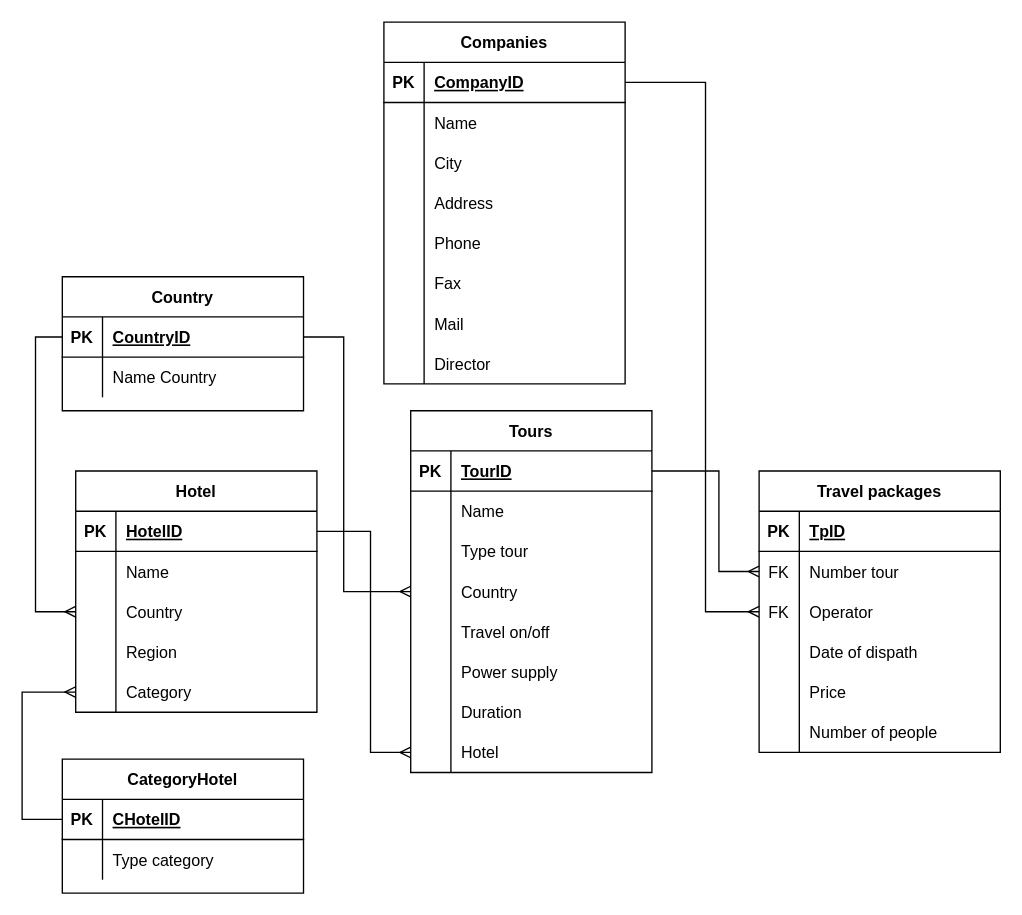
Above: page "Страница 1" (1 of 2) of er1.drawio in kpirap18/BMSTU-DB-sem5 (draw.io), before the change. Source tidied: cells renumbered, new cells numbered last; positions are measured from the earlier drawing's top-left corner, leaving out a move shared by most shapes. Both pictures are drawn from the tidied source at 134%, with x=0, y=0 at pixel (21, 21).
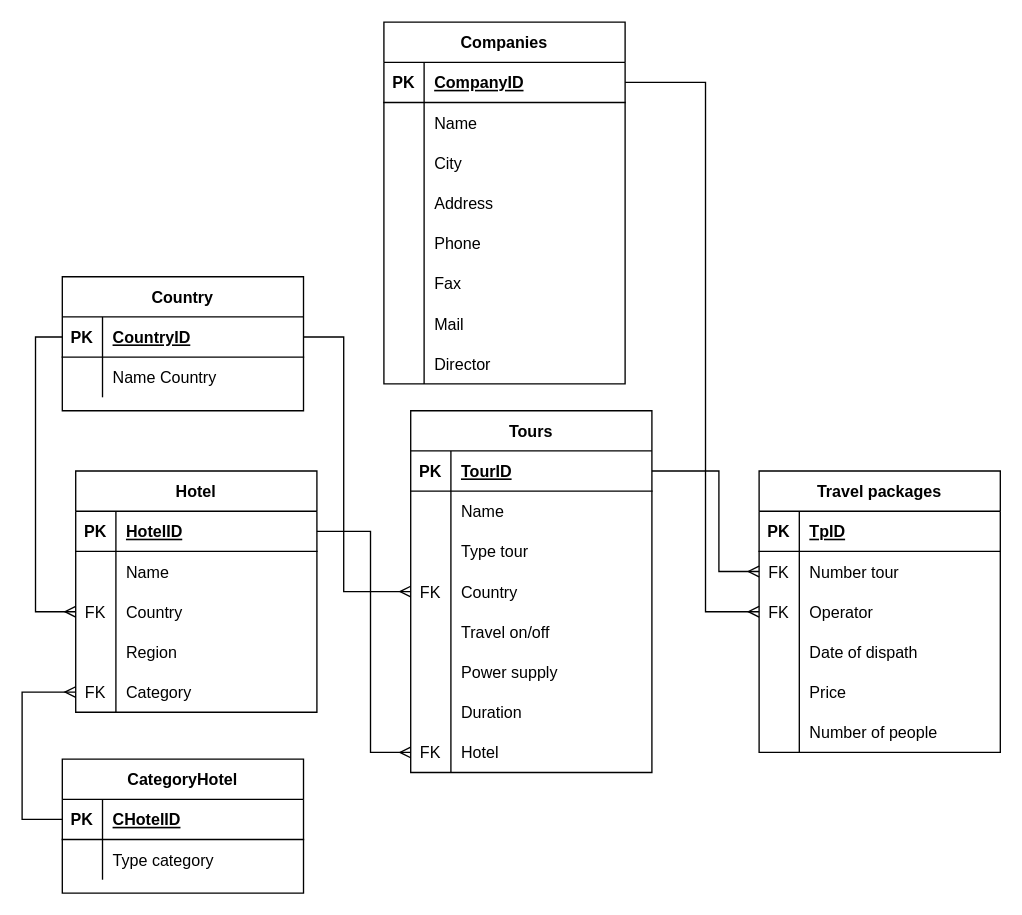
The same page after the edit.

Unchanged cells that the change refers to:
```xml
<mxCell id="12" style="shape=partialRectangle;fillColor=none;top=0;left=0;bottom=0;right=0;points=[[0,0.5],[1,0.5]];portConstraint=eastwest;" parent="2" vertex="1">
  <mxGeometry y="120" width="180" height="30" as="geometry" />
</mxCell>
<mxCell id="24" style="shape=partialRectangle;fillColor=none;top=0;left=0;bottom=0;right=0;points=[[0,0.5],[1,0.5]];portConstraint=eastwest;" parent="2" vertex="1">
  <mxGeometry y="240" width="180" height="30" as="geometry" />
</mxCell>
<mxCell id="34" style="shape=partialRectangle;fillColor=none;top=0;left=0;bottom=0;right=0;points=[[0,0.5],[1,0.5]];portConstraint=eastwest;" parent="27" vertex="1">
  <mxGeometry y="90" width="180" height="30" as="geometry" />
</mxCell>
<mxCell id="40" style="shape=partialRectangle;fillColor=none;top=0;left=0;bottom=0;right=0;points=[[0,0.5],[1,0.5]];portConstraint=eastwest;" parent="27" vertex="1">
  <mxGeometry y="150" width="180" height="30" as="geometry" />
</mxCell>
```

Change to the diagram source:
```diff
@@
-    <mxCell id="13" style="shape=partialRectangle;fillColor=none;top=0;left=0;bottom=0;right=0;overflow=hidden;" parent="12" vertex="1">
+    <mxCell id="13" value="FK" style="shape=partialRectangle;fillColor=none;top=0;left=0;bottom=0;right=0;overflow=hidden;" parent="12" vertex="1">
       <mxGeometry width="30" height="30" as="geometry" />
     </mxCell>
@@
-    <mxCell id="25" style="shape=partialRectangle;fillColor=none;top=0;left=0;bottom=0;right=0;overflow=hidden;" parent="24" vertex="1">
+    <mxCell id="25" value="FK" style="shape=partialRectangle;fillColor=none;top=0;left=0;bottom=0;right=0;overflow=hidden;" parent="24" vertex="1">
       <mxGeometry width="30" height="30" as="geometry" />
     </mxCell>
@@
-    <mxCell id="35" style="shape=partialRectangle;fillColor=none;top=0;left=0;bottom=0;right=0;overflow=hidden;" parent="34" vertex="1">
+    <mxCell id="35" value="FK" style="shape=partialRectangle;fillColor=none;top=0;left=0;bottom=0;right=0;overflow=hidden;" parent="34" vertex="1">
       <mxGeometry width="30" height="30" as="geometry" />
     </mxCell>
@@
-    <mxCell id="41" style="shape=partialRectangle;fillColor=none;top=0;left=0;bottom=0;right=0;overflow=hidden;" parent="40" vertex="1">
+    <mxCell id="41" value="FK" style="shape=partialRectangle;fillColor=none;top=0;left=0;bottom=0;right=0;overflow=hidden;" parent="40" vertex="1">
       <mxGeometry width="30" height="30" as="geometry" />
     </mxCell>
```
